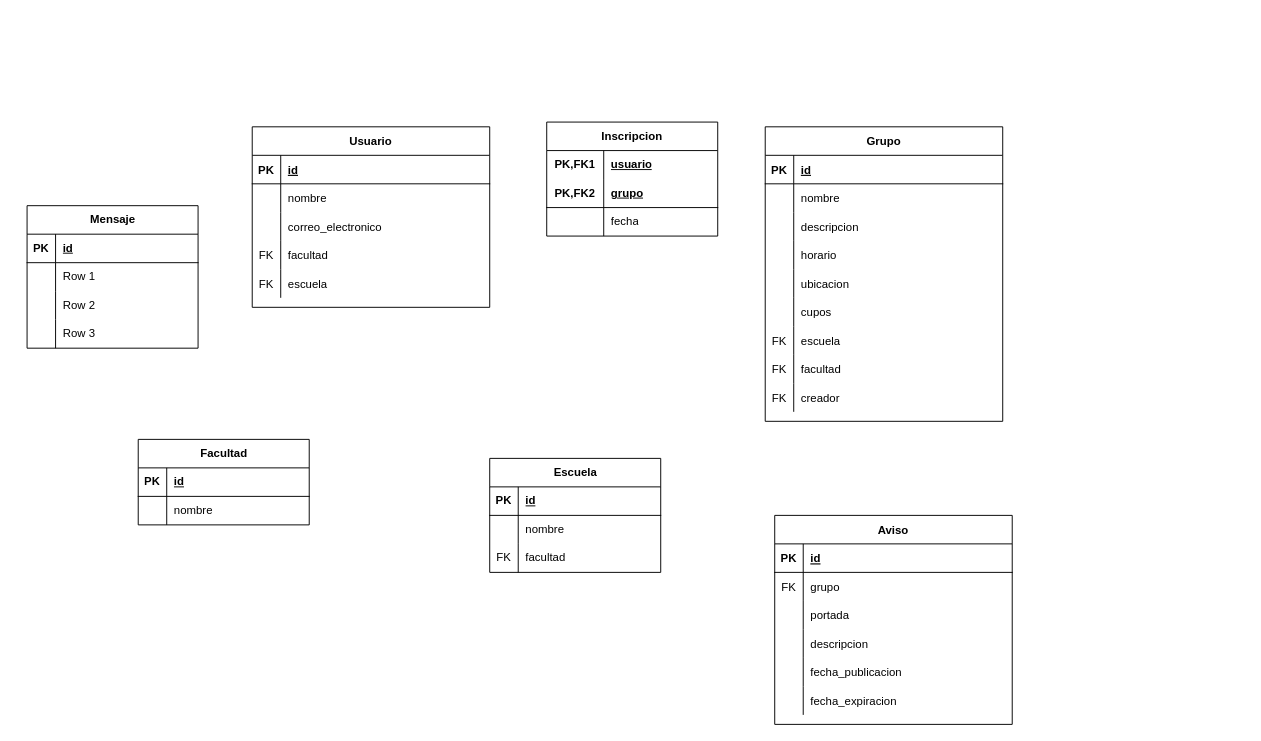
Above: database-diagrams/db-schema.drawio in J4nnn/comunidad-uis (draw.io), before the change. Source tidied: cells renumbered, new cells numbered last; positions are measured from the earlier drawing's top-left corner, leaving out a move shared by most shapes. Both pictures are drawn from the tidied source at 95%, with x=0, y=0 at pixel (27, 122).
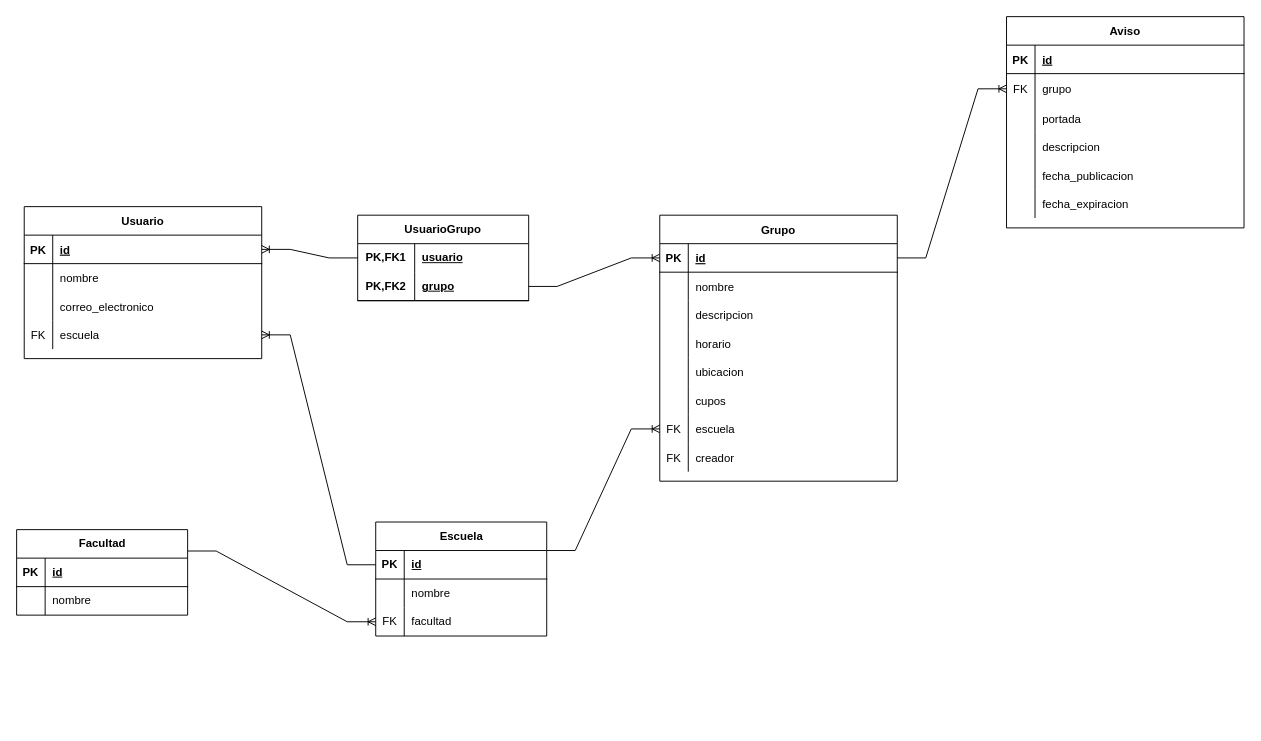
After the change.

The change refers to these unchanged cells:
```xml
<mxCell id="3" style="shape=partialRectangle;fillColor=none;points=[[0,0.5],[1,0.5]];portConstraint=eastwest;top=0;left=0;right=0;bottom=1;" parent="2" vertex="1">
  <mxGeometry y="30" width="250" height="30" as="geometry" />
</mxCell>
<mxCell id="21" style="shape=partialRectangle;fillColor=none;points=[[0,0.5],[1,0.5]];portConstraint=eastwest;top=0;left=0;right=0;bottom=0;" parent="2" vertex="1">
  <mxGeometry y="210" width="250" height="30" as="geometry" />
</mxCell>
<mxCell id="50" style="shape=partialRectangle;fillColor=none;points=[[0,0.5],[1,0.5]];portConstraint=eastwest;top=0;left=0;right=0;bottom=1;" parent="49" vertex="1">
  <mxGeometry y="30" width="250" height="30" as="geometry" />
</mxCell>
<mxCell id="73" style="shape=tableRow;horizontal=0;startSize=0;swimlaneHead=0;swimlaneBody=0;fillColor=none;points=[[0,0.5],[1,0.5]];portConstraint=eastwest;top=0;left=0;right=0;bottom=1;" parent="72" vertex="1">
  <mxGeometry y="30" width="180" height="30" as="geometry" />
</mxCell>
<mxCell id="79" style="shape=tableRow;horizontal=0;startSize=0;swimlaneHead=0;swimlaneBody=0;fillColor=none;points=[[0,0.5],[1,0.5]];portConstraint=eastwest;top=0;left=0;right=0;bottom=0;" parent="72" vertex="1">
  <mxGeometry y="90" width="180" height="30" as="geometry" />
</mxCell>
```

What changed in the source:
```diff
@@
     <mxCell id="2" value="Grupo" style="shape=table;startSize=30;childLayout=tableLayout;rowLines=0;fontStyle=1;align=center;" parent="1" vertex="1">
-      <mxGeometry x="777" y="5" width="250" height="310" as="geometry" />
+      <mxGeometry x="666" y="98" width="250" height="280" as="geometry" />
     </mxCell>
@@
-    <mxCell id="24" style="shape=partialRectangle;fillColor=none;top=0;left=0;right=0;bottom=0;" parent="2" vertex="1">
-      <mxGeometry y="240" width="250" height="30" as="geometry" />
-    </mxCell>
-    <mxCell id="25" value="FK" style="shape=partialRectangle;overflow=hidden;fillColor=none;top=0;left=0;bottom=0;right=0;" parent="24" vertex="1">
-      <mxGeometry width="30" height="30" as="geometry" />
-    </mxCell>
-    <mxCell id="26" value="facultad" style="shape=partialRectangle;overflow=hidden;fillColor=none;top=0;left=0;bottom=0;right=0;align=left;spacingLeft=6;" parent="24" vertex="1">
-      <mxGeometry x="30" width="220" height="30" as="geometry" />
-    </mxCell>
     <mxCell id="27" style="shape=partialRectangle;fillColor=none;top=0;left=0;right=0;bottom=0;" parent="2" vertex="1">
-      <mxGeometry y="270" width="250" height="30" as="geometry" />
+      <mxGeometry y="240" width="250" height="30" as="geometry" />
     </mxCell>
@@
     <mxCell id="30" value="Aviso" style="shape=table;startSize=30;childLayout=tableLayout;rowLines=0;fontStyle=1;align=center;" parent="1" vertex="1">
-      <mxGeometry x="787" y="414" width="250" height="220" as="geometry" />
+      <mxGeometry x="1031" y="-111" width="250" height="222.4" as="geometry" />
     </mxCell>
@@
     <mxCell id="34" style="shape=partialRectangle;fillColor=none;points=[[0,0.5],[1,0.5]];portConstraint=eastwest;top=0;left=0;right=0;bottom=0;" parent="30" vertex="1">
-      <mxGeometry y="60" width="250" height="30" as="geometry" />
+      <mxGeometry y="60" width="250" height="32" as="geometry" />
     </mxCell>
     <mxCell id="35" value="FK" style="shape=partialRectangle;overflow=hidden;fillColor=none;top=0;left=0;bottom=0;right=0;" parent="34" vertex="1">
-      <mxGeometry width="30" height="30" as="geometry" />
+      <mxGeometry width="30" height="32" as="geometry" />
     </mxCell>
     <mxCell id="36" value="grupo" style="shape=partialRectangle;overflow=hidden;fillColor=none;top=0;left=0;bottom=0;right=0;align=left;spacingLeft=6;" parent="34" vertex="1">
-      <mxGeometry x="30" width="220" height="30" as="geometry" />
+      <mxGeometry x="30" width="220" height="32" as="geometry" />
     </mxCell>
     <mxCell id="37" style="shape=partialRectangle;fillColor=none;top=0;left=0;right=0;bottom=0;" parent="30" vertex="1">
-      <mxGeometry y="90" width="250" height="30" as="geometry" />
+      <mxGeometry y="92" width="250" height="30" as="geometry" />
     </mxCell>
@@
     <mxCell id="40" style="shape=partialRectangle;fillColor=none;top=0;left=0;right=0;bottom=0;" parent="30" vertex="1">
-      <mxGeometry y="120" width="250" height="30" as="geometry" />
+      <mxGeometry y="122" width="250" height="30" as="geometry" />
     </mxCell>
@@
     <mxCell id="43" style="shape=partialRectangle;fillColor=none;top=0;left=0;right=0;bottom=0;" parent="30" vertex="1">
-      <mxGeometry y="150" width="250" height="30" as="geometry" />
+      <mxGeometry y="152" width="250" height="30" as="geometry" />
     </mxCell>
@@
     <mxCell id="46" style="shape=partialRectangle;fillColor=none;top=0;left=0;right=0;bottom=0;" parent="30" vertex="1">
-      <mxGeometry y="180" width="250" height="30" as="geometry" />
+      <mxGeometry y="182" width="250" height="30" as="geometry" />
     </mxCell>
@@
     <mxCell id="49" value="Usuario" style="shape=table;startSize=30;childLayout=tableLayout;rowLines=0;fontStyle=1;align=center;" parent="1" vertex="1">
-      <mxGeometry x="237" y="5" width="250" height="190" as="geometry" />
+      <mxGeometry x="-3" y="89" width="250" height="160" as="geometry" />
     </mxCell>
@@
-    <mxCell id="59" style="shape=partialRectangle;fillColor=none;top=0;left=0;right=0;bottom=0;" parent="49" vertex="1">
-      <mxGeometry y="120" width="250" height="30" as="geometry" />
-    </mxCell>
-    <mxCell id="60" value="FK" style="shape=partialRectangle;overflow=hidden;fillColor=none;top=0;left=0;bottom=0;right=0;" parent="59" vertex="1">
-      <mxGeometry width="30" height="30" as="geometry" />
-    </mxCell>
-    <mxCell id="61" value="facultad" style="shape=partialRectangle;overflow=hidden;fillColor=none;top=0;left=0;bottom=0;right=0;align=left;spacingLeft=6;" parent="59" vertex="1">
-      <mxGeometry x="30" width="220" height="30" as="geometry" />
-    </mxCell>
     <mxCell id="62" style="shape=partialRectangle;fillColor=none;points=[[0,0.5],[1,0.5]];portConstraint=eastwest;top=0;left=0;right=0;bottom=0;" parent="49" vertex="1">
-      <mxGeometry y="150" width="250" height="30" as="geometry" />
+      <mxGeometry y="120" width="250" height="30" as="geometry" />
     </mxCell>
@@
     <mxCell id="65" value="Facultad" style="shape=table;startSize=30;childLayout=tableLayout;rowLines=0;fontStyle=1;align=center;html=1;" parent="1" vertex="1">
-      <mxGeometry x="117" y="334" width="180" height="90" as="geometry" />
+      <mxGeometry x="-11" y="429" width="180" height="90" as="geometry" />
     </mxCell>
@@
     <mxCell id="72" value="Escuela" style="shape=table;startSize=30;childLayout=tableLayout;rowLines=0;fontStyle=1;align=center;html=1;" parent="1" vertex="1">
-      <mxGeometry x="487" y="354" width="180" height="120" as="geometry" />
+      <mxGeometry x="367" y="421" width="180" height="120" as="geometry" />
     </mxCell>
@@
-    <mxCell id="82" value="Inscripcion" style="shape=table;startSize=30;childLayout=tableLayout;rowLines=0;fontStyle=1;align=center;html=1;whiteSpace=wrap;" parent="1" vertex="1">
-      <mxGeometry x="547" width="180" height="120" as="geometry" />
-    </mxCell>
+    <mxCell id="105" style="edgeStyle=entityRelationEdgeStyle;fontSize=12;html=1;endArrow=ERoneToMany;rounded=0;exitX=1;exitY=0.25;exitDx=0;exitDy=0;entryX=0;entryY=0.5;entryDx=0;entryDy=0;" parent="1" edge="1" source="65" target="79">
+      <mxGeometry relative="1" as="geometry" />
+    </mxCell>
+    <mxCell id="106" style="edgeStyle=entityRelationEdgeStyle;fontSize=12;html=1;endArrow=ERoneToMany;rounded=0;entryX=0;entryY=0.5;entryDx=0;entryDy=0;exitX=1;exitY=0.5;exitDx=0;exitDy=0;" parent="1" edge="1" source="3" target="34">
+      <mxGeometry relative="1" as="geometry" />
+    </mxCell>
+    <mxCell id="107" style="edgeStyle=entityRelationEdgeStyle;fontSize=12;html=1;endArrow=ERoneToMany;rounded=0;entryX=0;entryY=0.5;entryDx=0;entryDy=0;exitX=1;exitY=0.25;exitDx=0;exitDy=0;" parent="1" edge="1" source="72" target="21">
+      <mxGeometry relative="1" as="geometry" />
+    </mxCell>
+    <mxCell id="108" style="edgeStyle=entityRelationEdgeStyle;fontSize=12;html=1;endArrow=ERoneToMany;rounded=0;exitX=0;exitY=0.5;exitDx=0;exitDy=0;entryX=1;entryY=0.5;entryDx=0;entryDy=0;" parent="1" edge="1" source="73" target="62">
+      <mxGeometry relative="1" as="geometry" />
+    </mxCell>
+    <mxCell id="109" value="UsuarioGrupo" style="shape=table;startSize=30;childLayout=tableLayout;rowLines=0;fontStyle=1;align=center;html=1;whiteSpace=wrap;" parent="1" vertex="1">
+      <mxGeometry x="348" y="98" width="180" height="90" as="geometry" />
+    </mxCell>
-    <mxCell id="83" style="shape=tableRow;horizontal=0;startSize=0;swimlaneHead=0;swimlaneBody=0;fillColor=none;points=[[0,0.5],[1,0.5]];portConstraint=eastwest;top=0;left=0;right=0;bottom=0;html=1;" parent="82" vertex="1">
+    <mxCell id="83" style="shape=tableRow;horizontal=0;startSize=0;swimlaneHead=0;swimlaneBody=0;fillColor=none;points=[[0,0.5],[1,0.5]];portConstraint=eastwest;top=0;left=0;right=0;bottom=0;html=1;" parent="109" vertex="1">
       <mxGeometry y="30" width="180" height="30" as="geometry" />
     </mxCell>
@@
-    <mxCell id="86" style="shape=tableRow;horizontal=0;startSize=0;swimlaneHead=0;swimlaneBody=0;fillColor=none;points=[[0,0.5],[1,0.5]];portConstraint=eastwest;top=0;left=0;right=0;bottom=1;html=1;" parent="82" vertex="1">
+    <mxCell id="86" style="shape=tableRow;horizontal=0;startSize=0;swimlaneHead=0;swimlaneBody=0;fillColor=none;points=[[0,0.5],[1,0.5]];portConstraint=eastwest;top=0;left=0;right=0;bottom=1;html=1;" parent="109" vertex="1">
       <mxGeometry y="60" width="180" height="30" as="geometry" />
     </mxCell>
@@
-    <mxCell id="89" style="shape=tableRow;horizontal=0;startSize=0;swimlaneHead=0;swimlaneBody=0;fillColor=none;top=0;left=0;right=0;bottom=0;html=1;" parent="82" vertex="1">
-      <mxGeometry y="90" width="180" height="30" as="geometry" />
-    </mxCell>
-    <mxCell id="90" style="shape=partialRectangle;fillColor=none;top=0;left=0;bottom=0;right=0;overflow=hidden;html=1;whiteSpace=wrap;" parent="89" vertex="1">
-      <mxGeometry width="60" height="30" as="geometry" />
-    </mxCell>
-    <mxCell id="91" value="fecha" style="shape=partialRectangle;fillColor=none;top=0;left=0;bottom=0;right=0;align=left;spacingLeft=6;overflow=hidden;html=1;whiteSpace=wrap;" parent="89" vertex="1">
-      <mxGeometry x="60" width="120" height="30" as="geometry" />
-    </mxCell>
-    <mxCell id="92" value="Mensaje" style="shape=table;startSize=30;childLayout=tableLayout;rowLines=0;fontStyle=1;align=center;html=1;" parent="1" vertex="1">
-      <mxGeometry y="88" width="180" height="150" as="geometry" />
-    </mxCell>
-    <mxCell id="93" style="shape=tableRow;horizontal=0;startSize=0;swimlaneHead=0;swimlaneBody=0;fillColor=none;top=0;left=0;right=0;bottom=1;" parent="92" vertex="1">
-      <mxGeometry y="30" width="180" height="30" as="geometry" />
-    </mxCell>
-    <mxCell id="94" value="PK" style="shape=partialRectangle;fillColor=none;top=0;left=0;bottom=0;right=0;fontStyle=1;overflow=hidden;whiteSpace=wrap;html=1;" parent="93" vertex="1">
-      <mxGeometry width="30" height="30" as="geometry" />
-    </mxCell>
-    <mxCell id="95" value="id" style="shape=partialRectangle;fillColor=none;top=0;left=0;bottom=0;right=0;align=left;spacingLeft=6;fontStyle=5;overflow=hidden;whiteSpace=wrap;html=1;" parent="93" vertex="1">
-      <mxGeometry x="30" width="150" height="30" as="geometry" />
-    </mxCell>
-    <mxCell id="96" style="shape=tableRow;horizontal=0;startSize=0;swimlaneHead=0;swimlaneBody=0;fillColor=none;top=0;left=0;right=0;bottom=0;" parent="92" vertex="1">
-      <mxGeometry y="60" width="180" height="30" as="geometry" />
-    </mxCell>
-    <mxCell id="97" style="shape=partialRectangle;fillColor=none;top=0;left=0;bottom=0;right=0;overflow=hidden;whiteSpace=wrap;html=1;" parent="96" vertex="1">
-      <mxGeometry width="30" height="30" as="geometry" />
-    </mxCell>
-    <mxCell id="98" value="Row 1" style="shape=partialRectangle;fillColor=none;top=0;left=0;bottom=0;right=0;align=left;spacingLeft=6;overflow=hidden;whiteSpace=wrap;html=1;" parent="96" vertex="1">
-      <mxGeometry x="30" width="150" height="30" as="geometry" />
-    </mxCell>
-    <mxCell id="99" style="shape=tableRow;horizontal=0;startSize=0;swimlaneHead=0;swimlaneBody=0;fillColor=none;top=0;left=0;right=0;bottom=0;" parent="92" vertex="1">
-      <mxGeometry y="90" width="180" height="30" as="geometry" />
-    </mxCell>
-    <mxCell id="100" style="shape=partialRectangle;fillColor=none;top=0;left=0;bottom=0;right=0;overflow=hidden;whiteSpace=wrap;html=1;" parent="99" vertex="1">
-      <mxGeometry width="30" height="30" as="geometry" />
-    </mxCell>
-    <mxCell id="101" value="Row 2" style="shape=partialRectangle;fillColor=none;top=0;left=0;bottom=0;right=0;align=left;spacingLeft=6;overflow=hidden;whiteSpace=wrap;html=1;" parent="99" vertex="1">
-      <mxGeometry x="30" width="150" height="30" as="geometry" />
-    </mxCell>
-    <mxCell id="102" style="shape=tableRow;horizontal=0;startSize=0;swimlaneHead=0;swimlaneBody=0;fillColor=none;top=0;left=0;right=0;bottom=0;" parent="92" vertex="1">
-      <mxGeometry y="120" width="180" height="30" as="geometry" />
-    </mxCell>
-    <mxCell id="103" style="shape=partialRectangle;fillColor=none;top=0;left=0;bottom=0;right=0;overflow=hidden;whiteSpace=wrap;html=1;" parent="102" vertex="1">
-      <mxGeometry width="30" height="30" as="geometry" />
-    </mxCell>
-    <mxCell id="104" value="Row 3" style="shape=partialRectangle;fillColor=none;top=0;left=0;bottom=0;right=0;align=left;spacingLeft=6;overflow=hidden;whiteSpace=wrap;html=1;" parent="102" vertex="1">
-      <mxGeometry x="30" width="150" height="30" as="geometry" />
-    </mxCell>
+    <mxCell id="110" style="edgeStyle=entityRelationEdgeStyle;fontSize=12;html=1;endArrow=ERoneToMany;rounded=0;entryX=0;entryY=0.5;entryDx=0;entryDy=0;exitX=1;exitY=0.5;exitDx=0;exitDy=0;" parent="1" edge="1" source="86" target="3">
+      <mxGeometry relative="1" as="geometry" />
+    </mxCell>
+    <mxCell id="111" style="edgeStyle=entityRelationEdgeStyle;fontSize=12;html=1;endArrow=ERoneToMany;rounded=0;entryX=1;entryY=0.5;entryDx=0;entryDy=0;exitX=0;exitY=0.5;exitDx=0;exitDy=0;" parent="1" edge="1" source="83" target="50">
+      <mxGeometry relative="1" as="geometry" />
+    </mxCell>
```
